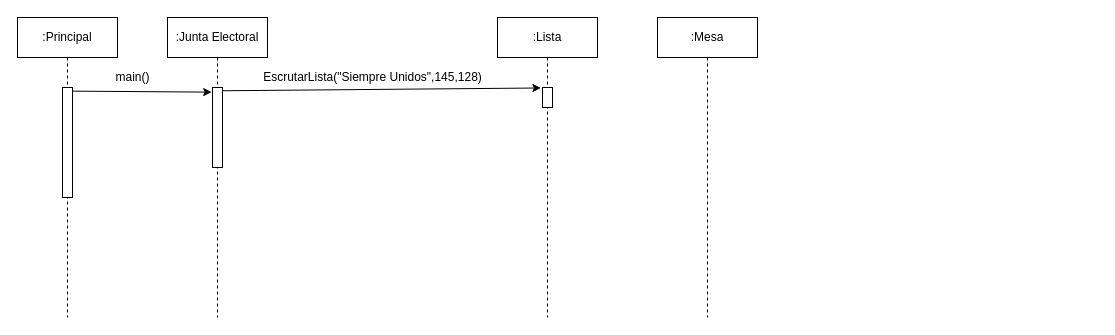
Above: SistemaElectoral.drawio in Luchit0-afk/Diagramas (draw.io), before the change. Source tidied: cells renumbered, new cells numbered last; positions are measured from the earlier drawing's top-left corner, leaving out a move shared by most shapes. Both pictures are drawn from the tidied source at 100%, with x=0, y=0 at pixel (17, 17).
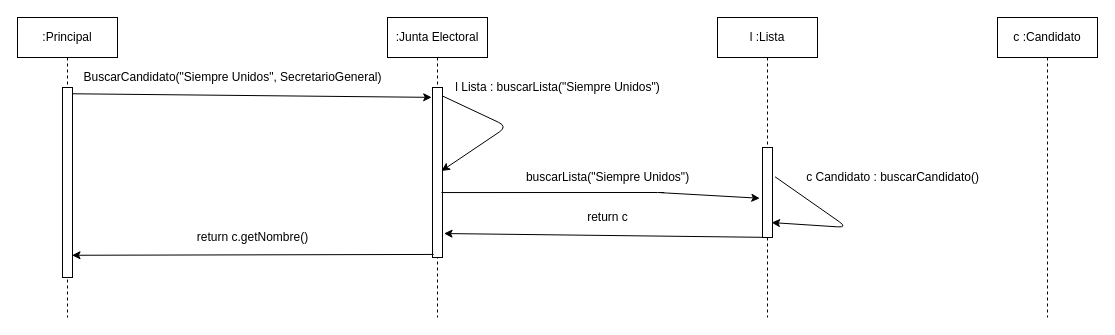
After the change.

Unchanged cells that the change refers to:
```xml
<mxCell id="2" value=":Principal" style="shape=umlLifeline;perimeter=lifelinePerimeter;whiteSpace=wrap;html=1;" parent="1" vertex="1">
  <mxGeometry width="100" height="300" as="geometry" />
</mxCell>
```

Change to the diagram source:
```diff
@@
     <mxCell id="3" style="html=1;points=[];perimeter=orthogonalPerimeter;" parent="2" vertex="1">
-      <mxGeometry x="45" y="70" width="10" height="110" as="geometry" />
+      <mxGeometry x="45" y="70" width="10" height="190" as="geometry" />
     </mxCell>
-    <mxCell id="4" value=":Lista" style="shape=umlLifeline;perimeter=lifelinePerimeter;whiteSpace=wrap;html=1;" parent="1" vertex="1">
-      <mxGeometry x="480" width="100" height="300" as="geometry" />
+    <mxCell id="4" value="l :Lista" style="shape=umlLifeline;perimeter=lifelinePerimeter;whiteSpace=wrap;html=1;" parent="1" vertex="1">
+      <mxGeometry x="700" width="100" height="300" as="geometry" />
     </mxCell>
-    <mxCell id="5" style="html=1;points=[];perimeter=orthogonalPerimeter;" parent="4" vertex="1">
-      <mxGeometry x="45" y="70" width="10" height="20" as="geometry" />
-    </mxCell>
-    <mxCell id="6" value=":Mesa" style="shape=umlLifeline;perimeter=lifelinePerimeter;whiteSpace=wrap;html=1;" parent="1" vertex="1">
-      <mxGeometry x="640" width="100" height="300" as="geometry" />
-    </mxCell>
+    <mxCell id="13" style="html=1;points=[];perimeter=orthogonalPerimeter;" parent="4" vertex="1">
+      <mxGeometry x="45" y="130" width="10" height="90" as="geometry" />
+    </mxCell>
+    <mxCell id="14" style="endArrow=classic;html=1;entryX=0.91;entryY=0.834;entryDx=0;entryDy=0;entryPerimeter=0;exitX=1.255;exitY=0.325;exitDx=0;exitDy=0;exitPerimeter=0;" parent="4" edge="1" source="13" target="13">
+      <mxGeometry relative="1" as="geometry">
+        <Array as="points">
+          <mxPoint x="130" y="210" />
+        </Array>
+      </mxGeometry>
+    </mxCell>
     <mxCell id="7" value=":Junta Electoral" style="shape=umlLifeline;perimeter=lifelinePerimeter;whiteSpace=wrap;html=1;" parent="1" vertex="1">
-      <mxGeometry x="150" width="100" height="300" as="geometry" />
+      <mxGeometry x="370" width="100" height="300" as="geometry" />
     </mxCell>
     <mxCell id="8" style="html=1;points=[];perimeter=orthogonalPerimeter;" parent="7" vertex="1">
-      <mxGeometry x="45" y="70" width="10" height="80" as="geometry" />
+      <mxGeometry x="45" y="70" width="10" height="170" as="geometry" />
     </mxCell>
+    <mxCell id="15" style="endArrow=classic;html=1;exitX=1;exitY=0.05;exitDx=0;exitDy=0;exitPerimeter=0;entryX=0.9;entryY=0.491;entryDx=0;entryDy=0;entryPerimeter=0;" parent="7" edge="1" source="8" target="8">
+      <mxGeometry relative="1" as="geometry">
+        <Array as="points">
+          <mxPoint x="120" y="109" />
+        </Array>
+      </mxGeometry>
+    </mxCell>
@@
-    <mxCell id="10" value="main()" style="text;html=1;align=center;verticalAlign=middle;strokeColor=none;" parent="1" vertex="1">
-      <mxGeometry x="90" y="50" width="50" height="20" as="geometry" />
+    <mxCell id="10" value="BuscarCandidato(&quot;Siempre Unidos&quot;, SecretarioGeneral)" style="text;html=1;align=center;verticalAlign=middle;strokeColor=none;" parent="1" vertex="1">
+      <mxGeometry x="60" y="50" width="310" height="20" as="geometry" />
     </mxCell>
-    <mxCell id="11" style="endArrow=classic;html=1;exitX=0.945;exitY=0.041;exitDx=0;exitDy=0;exitPerimeter=0;entryX=-0.159;entryY=0.024;entryDx=0;entryDy=0;entryPerimeter=0;" parent="1" edge="1" source="8" target="5">
-      <mxGeometry relative="1" as="geometry" />
-    </mxCell>
-    <mxCell id="12" value="EscrutarLista(&quot;Siempre Unidos&quot;,145,128)" style="text;html=1;align=center;verticalAlign=middle;strokeColor=none;" parent="1" vertex="1">
-      <mxGeometry x="240" y="50" width="230" height="20" as="geometry" />
-    </mxCell>
+    <mxCell id="16" value="c :Candidato" style="shape=umlLifeline;perimeter=lifelinePerimeter;whiteSpace=wrap;html=1;" parent="1" vertex="1">
+      <mxGeometry x="980" width="100" height="300" as="geometry" />
+    </mxCell>
+    <mxCell id="17" value="l Lista : buscarLista(&quot;Siempre Unidos&quot;)" style="text;html=1;align=center;verticalAlign=middle;strokeColor=none;" parent="1" vertex="1">
+      <mxGeometry x="430" y="60" width="220" height="20" as="geometry" />
+    </mxCell>
+    <mxCell id="18" style="endArrow=classic;html=1;exitX=0.9;exitY=0.618;exitDx=0;exitDy=0;exitPerimeter=0;entryX=-0.271;entryY=0.564;entryDx=0;entryDy=0;entryPerimeter=0;" parent="1" edge="1" source="8" target="13">
+      <mxGeometry relative="1" as="geometry">
+        <Array as="points">
+          <mxPoint x="650" y="175" />
+          <mxPoint x="640" y="175" />
+        </Array>
+      </mxGeometry>
+    </mxCell>
+    <mxCell id="19" value="buscarLista(&quot;Siempre Unidos&quot;)" style="text;html=1;align=center;verticalAlign=middle;strokeColor=none;" parent="1" vertex="1">
+      <mxGeometry x="500" y="150" width="180" height="20" as="geometry" />
+    </mxCell>
+    <mxCell id="20" value="c Candidato : buscarCandidato()" style="text;html=1;align=center;verticalAlign=middle;strokeColor=none;" parent="1" vertex="1">
+      <mxGeometry x="780" y="150" width="190" height="20" as="geometry" />
+    </mxCell>
+    <mxCell id="21" style="endArrow=classic;html=1;exitX=0.014;exitY=0.998;exitDx=0;exitDy=0;exitPerimeter=0;entryX=1.152;entryY=0.859;entryDx=0;entryDy=0;entryPerimeter=0;" parent="1" edge="1" source="13" target="8">
+      <mxGeometry relative="1" as="geometry" />
+    </mxCell>
+    <mxCell id="22" value="return c" style="text;html=1;align=center;verticalAlign=middle;strokeColor=none;" parent="1" vertex="1">
+      <mxGeometry x="560" y="190" width="60" height="20" as="geometry" />
+    </mxCell>
+    <mxCell id="23" style="endArrow=classic;html=1;exitX=0.117;exitY=0.982;exitDx=0;exitDy=0;exitPerimeter=0;entryX=0.95;entryY=0.883;entryDx=0;entryDy=0;entryPerimeter=0;" parent="1" edge="1" source="8" target="3">
+      <mxGeometry relative="1" as="geometry" />
+    </mxCell>
+    <mxCell id="24" value="return c.getNombre()" style="text;html=1;align=center;verticalAlign=middle;strokeColor=none;" parent="1" vertex="1">
+      <mxGeometry x="170" y="210" width="130" height="20" as="geometry" />
+    </mxCell>
```
